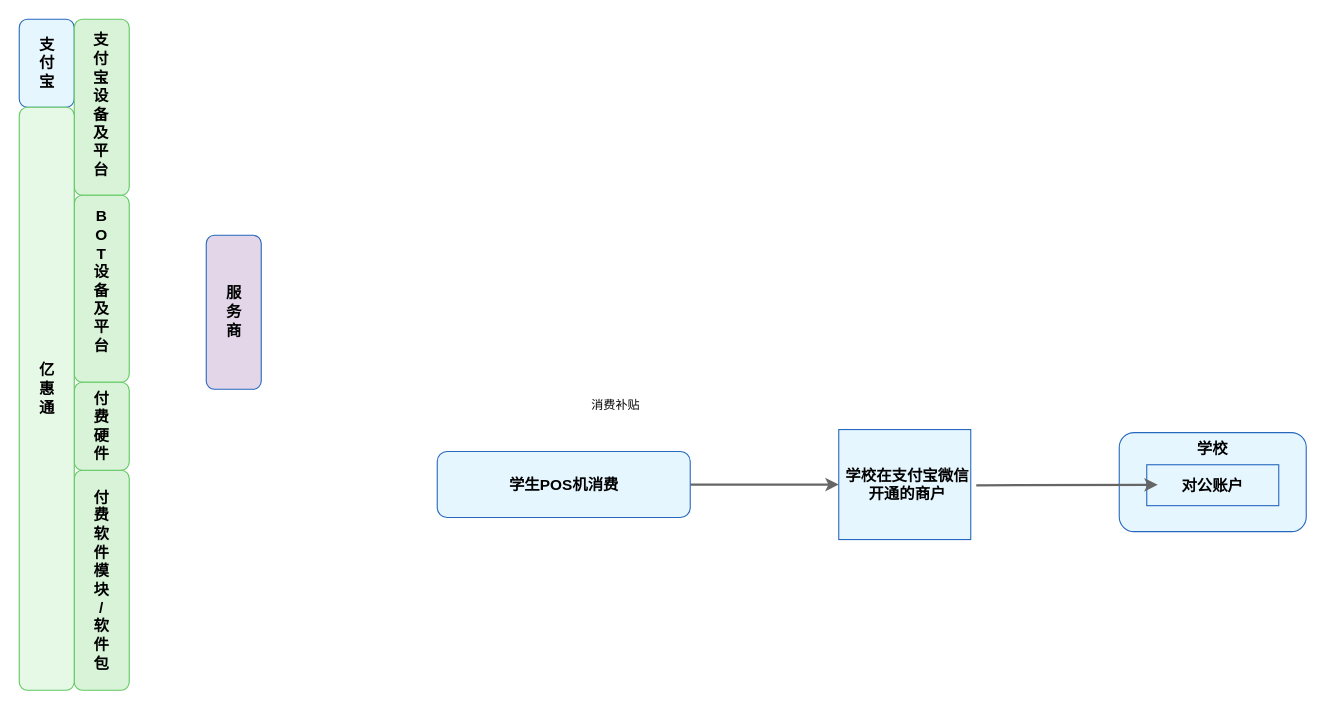
Above: page "用于保留的文件" (5 of 5) of 青岛恒星最终架构图1.drawio in bzerozero7/test (draw.io), before the change. Source tidied: cells renumbered, new cells numbered last; positions are measured from the earlier drawing's top-left corner, leaving out a move shared by most shapes. Both pictures are drawn from the tidied source at 110%, with x=0, y=0 at pixel (19, 19).
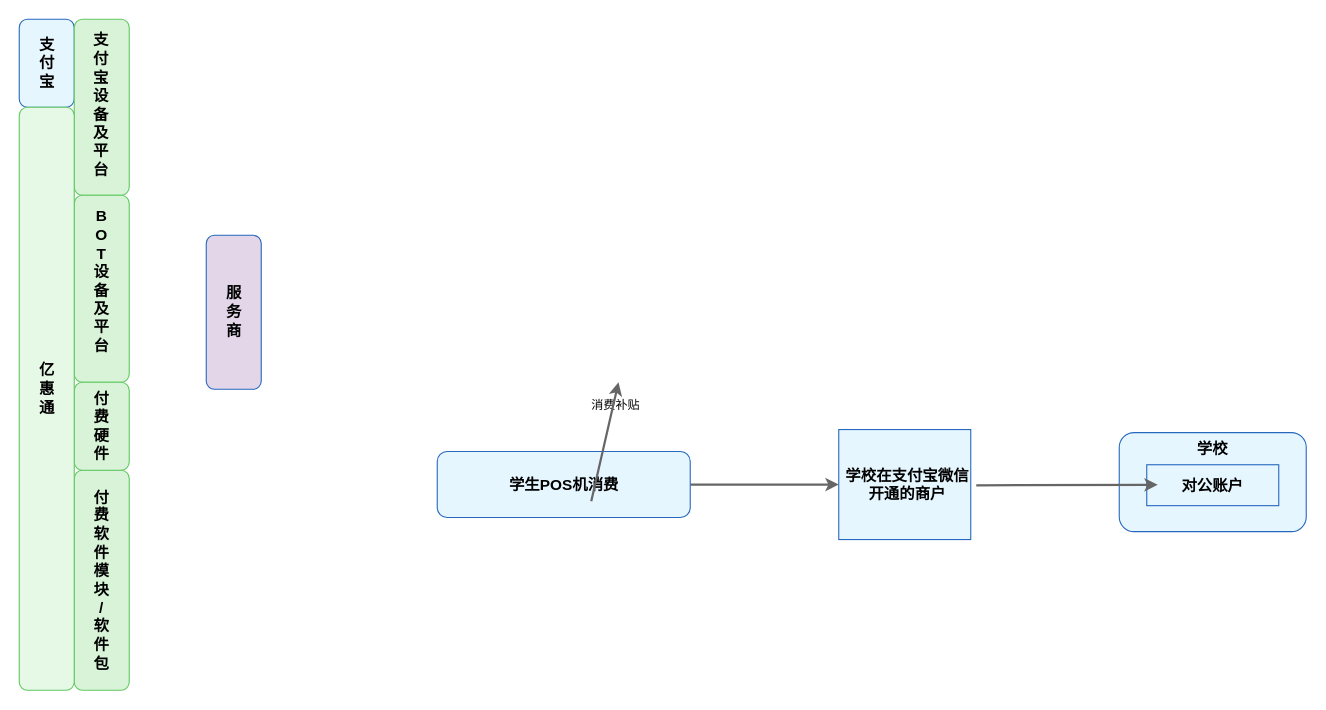
The same diagram, later.

Diff of the diagram source:
```diff
@@
+    <mxCell id="32" style="&lt;mxCell id=&quot;arrow1&quot; style=&quot;endArrow=classic;html=1;curved=0;strokeColor=#666666;strokeWidth=2;&quot; edge=&quot;1&quot; parent=&quot;1&quot; source=&quot;2&quot; target=&quot;3&quot;&gt;&#10;  &lt;mxGeometry relative=&quot;1&quot; as=&quot;geometry&quot;/&gt;&#10;&lt;/mxCell&gt;;exitX=0.75;exitY=0;exitDx=0;exitDy=0;entryX=0.75;entryY=1;entryDx=0;entryDy=0;" parent="1" edge="1">
+      <mxGeometry relative="1" as="geometry">
+        <mxPoint x="520" y="438.2" as="sourcePoint" />
+        <mxPoint x="544.8" y="330" as="targetPoint" />
+      </mxGeometry>
+    </mxCell>
```
